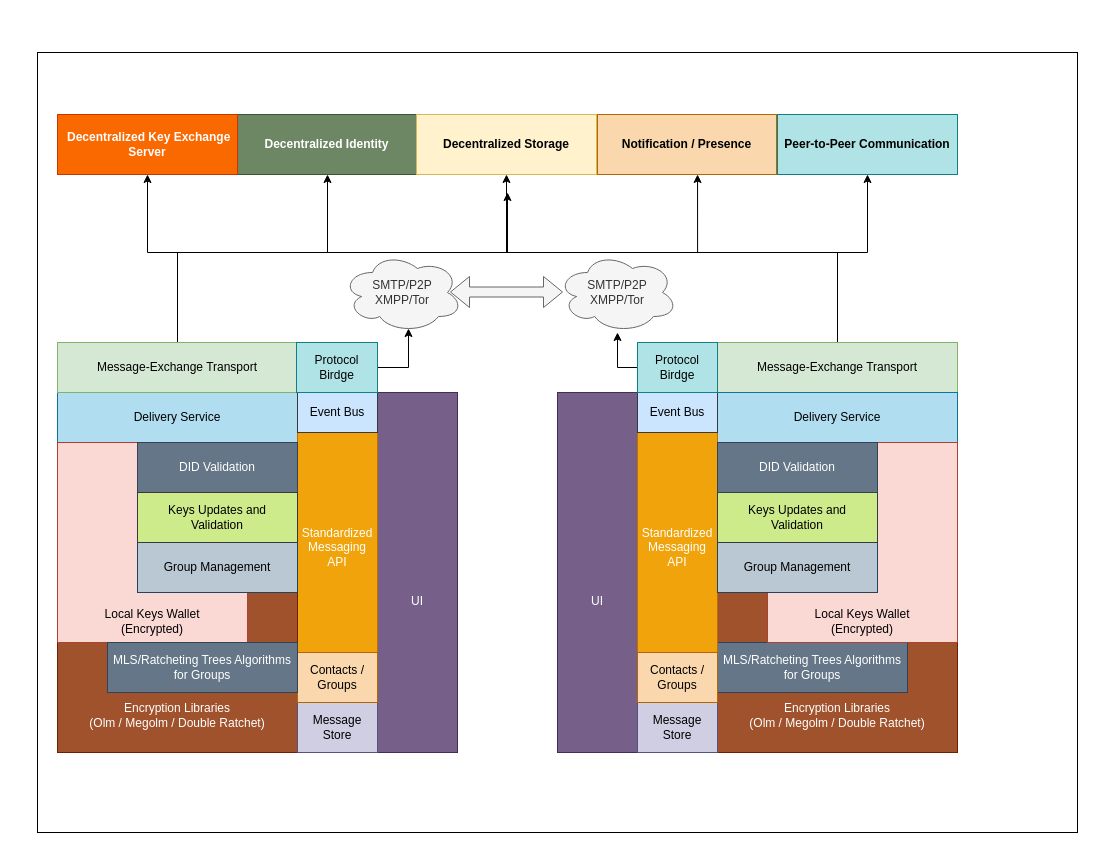
Above: page "layers" (4 of 4) of Messaging end-to-end.drawio in bhatti/Aeron (draw.io), before the change. Source tidied: cells renumbered, new cells numbered last; positions are measured from the earlier drawing's top-left corner, leaving out a move shared by most shapes. Both pictures are drawn from the tidied source at 100%, with x=0, y=0 at pixel (37, 52).
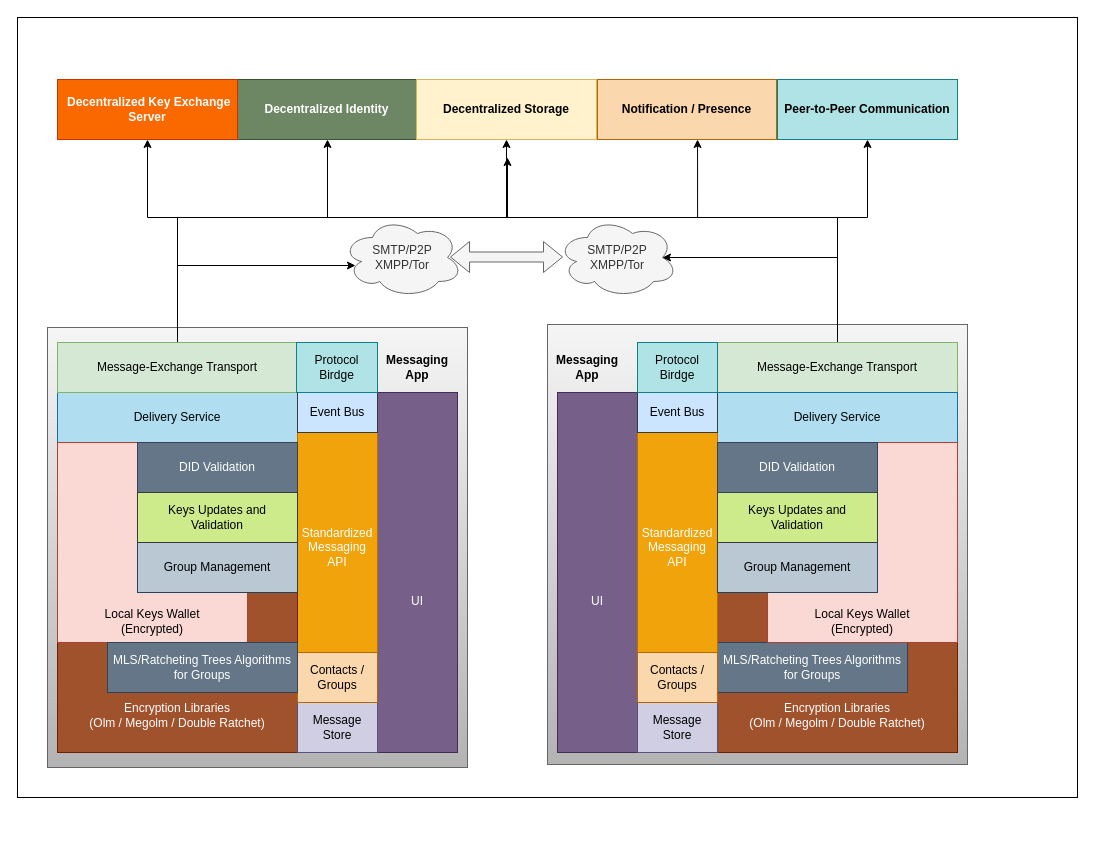
The same page after the edit.

The change refers to these unchanged cells:
```xml
<mxCell id="17" value="Message-Exchange Transport" style="rounded=0;whiteSpace=wrap;html=1;fillColor=#d5e8d4;strokeColor=#82b366;" parent="1" vertex="1">
  <mxGeometry x="680" y="290" width="240" height="50" as="geometry" />
</mxCell>
<mxCell id="23" value="Message-Exchange Transport" style="rounded=0;whiteSpace=wrap;html=1;fillColor=#d5e8d4;strokeColor=#82b366;" parent="1" vertex="1">
  <mxGeometry x="20" y="290" width="240" height="50" as="geometry" />
</mxCell>
```

Change to the diagram source:
```diff
@@
     <mxCell id="2" style="rounded=0;whiteSpace=wrap;html=1;" parent="1" vertex="1">
-      <mxGeometry width="1040" height="780" as="geometry" />
+      <mxGeometry x="-20" y="-35" width="1060" height="780" as="geometry" />
     </mxCell>
+    <mxCell id="49" style="rounded=0;whiteSpace=wrap;html=1;gradientColor=#b3b3b3;fillColor=#f5f5f5;strokeColor=#666666;" parent="1" vertex="1">
+      <mxGeometry x="510" y="272" width="420" height="440" as="geometry" />
+    </mxCell>
+    <mxCell id="50" style="rounded=0;whiteSpace=wrap;html=1;gradientColor=#b3b3b3;fillColor=#f5f5f5;strokeColor=#666666;" parent="1" vertex="1">
+      <mxGeometry x="10" y="275" width="420" height="440" as="geometry" />
+    </mxCell>
     <mxCell id="3" style="rounded=0;whiteSpace=wrap;html=1;" parent="1" vertex="1">
-      <mxGeometry x="680" y="290" width="240" height="410" as="geometry" />
+      <mxGeometry x="680" y="295" width="240" height="370" as="geometry" />
     </mxCell>
     <mxCell id="4" style="rounded=0;whiteSpace=wrap;html=1;" parent="1" vertex="1">
-      <mxGeometry x="20" y="290" width="240" height="410" as="geometry" />
+      <mxGeometry x="20" y="295" width="240" height="370" as="geometry" />
     </mxCell>
     <mxCell id="5" value="&lt;b&gt;Decentralized Identity&lt;/b&gt;" style="rounded=0;whiteSpace=wrap;html=1;fillColor=#6d8764;strokeColor=#3A5431;fontColor=#ffffff;" parent="1" vertex="1">
-      <mxGeometry x="200" y="62" width="179" height="60" as="geometry" />
+      <mxGeometry x="200" y="27" width="179" height="60" as="geometry" />
     </mxCell>
     <mxCell id="6" value="&lt;b&gt;Decentralized Storage&lt;br&gt;&lt;/b&gt;" style="rounded=0;whiteSpace=wrap;html=1;fillColor=#fff2cc;strokeColor=#d6b656;" parent="1" vertex="1">
-      <mxGeometry x="379" y="62" width="180" height="60" as="geometry" />
+      <mxGeometry x="379" y="27" width="180" height="60" as="geometry" />
     </mxCell>
     <mxCell id="7" value="&lt;b&gt;Peer-to-Peer Communication&lt;/b&gt;" style="rounded=0;whiteSpace=wrap;html=1;fillColor=#b0e3e6;strokeColor=#0e8088;" parent="1" vertex="1">
-      <mxGeometry x="740" y="62" width="180" height="60" as="geometry" />
+      <mxGeometry x="740" y="27" width="180" height="60" as="geometry" />
     </mxCell>
     <mxCell id="8" value="SMTP/P2P&lt;br&gt;XMPP/Tor" style="ellipse;shape=cloud;whiteSpace=wrap;html=1;fillColor=#f5f5f5;strokeColor=#666666;fontColor=#333333;" parent="1" vertex="1">
-      <mxGeometry x="305" y="200" width="120" height="80" as="geometry" />
+      <mxGeometry x="305" y="165" width="120" height="80" as="geometry" />
     </mxCell>
     <mxCell id="9" value="SMTP/P2P&lt;br&gt;XMPP/Tor" style="ellipse;shape=cloud;whiteSpace=wrap;html=1;fillColor=#f5f5f5;strokeColor=#666666;fontColor=#333333;" parent="1" vertex="1">
-      <mxGeometry x="520" y="200" width="120" height="80" as="geometry" />
+      <mxGeometry x="520" y="165" width="120" height="80" as="geometry" />
     </mxCell>
@@
-    <mxCell id="13" style="edgeStyle=orthogonalEdgeStyle;rounded=0;jettySize=auto;html=1;exitX=0;exitY=0.5;exitDx=0;exitDy=0;" parent="1" edge="1" source="17" target="9">
-      <mxGeometry relative="1" as="geometry" />
-    </mxCell>
     <mxCell id="14" style="edgeStyle=orthogonalEdgeStyle;rounded=0;jettySize=auto;html=1;entryX=0.559;entryY=1;entryDx=0;entryDy=0;entryPerimeter=0;" parent="1" edge="1" source="17" target="27">
       <mxGeometry relative="1" as="geometry">
         <Array as="points">
-          <mxPoint x="800" y="200" />
-          <mxPoint x="660" y="200" />
+          <mxPoint x="800" y="165" />
+          <mxPoint x="660" y="165" />
         </Array>
       </mxGeometry>
     </mxCell>
     <mxCell id="15" style="edgeStyle=orthogonalEdgeStyle;rounded=0;jettySize=auto;html=1;entryX=0.5;entryY=1;entryDx=0;entryDy=0;" parent="1" edge="1" source="17" target="7">
       <mxGeometry relative="1" as="geometry">
         <Array as="points">
-          <mxPoint x="800" y="200" />
-          <mxPoint x="830" y="200" />
+          <mxPoint x="800" y="165" />
+          <mxPoint x="830" y="165" />
         </Array>
       </mxGeometry>
     </mxCell>
     <mxCell id="16" style="edgeStyle=orthogonalEdgeStyle;rounded=0;jettySize=auto;html=1;endSize=6;" parent="1" edge="1" source="17" target="6">
       <mxGeometry relative="1" as="geometry">
         <Array as="points">
-          <mxPoint x="800" y="200" />
-          <mxPoint x="469" y="200" />
+          <mxPoint x="800" y="165" />
+          <mxPoint x="469" y="165" />
         </Array>
       </mxGeometry>
     </mxCell>
+    <mxCell id="13" style="edgeStyle=orthogonalEdgeStyle;rounded=0;jettySize=auto;html=1;entryX=0.875;entryY=0.5;entryDx=0;entryDy=0;entryPerimeter=0;endSize=6;" parent="1" edge="1" source="17" target="9">
+      <mxGeometry relative="1" as="geometry">
+        <Array as="points">
+          <mxPoint x="800" y="205" />
+        </Array>
+      </mxGeometry>
+    </mxCell>
@@
-    <mxCell id="19" style="edgeStyle=orthogonalEdgeStyle;rounded=0;jettySize=auto;html=1;entryX=0.55;entryY=0.95;entryDx=0;entryDy=0;entryPerimeter=0;exitX=1;exitY=0.5;exitDx=0;exitDy=0;" parent="1" edge="1" source="23" target="8">
-      <mxGeometry relative="1" as="geometry" />
-    </mxCell>
     <mxCell id="20" style="edgeStyle=orthogonalEdgeStyle;rounded=0;jettySize=auto;html=1;entryX=0.5;entryY=1;entryDx=0;entryDy=0;" parent="1" edge="1" source="23" target="26">
       <mxGeometry relative="1" as="geometry">
         <Array as="points">
-          <mxPoint x="140" y="200" />
-          <mxPoint x="110" y="200" />
+          <mxPoint x="140" y="165" />
+          <mxPoint x="110" y="165" />
         </Array>
       </mxGeometry>
     </mxCell>
     <mxCell id="21" style="edgeStyle=orthogonalEdgeStyle;rounded=0;jettySize=auto;html=1;" parent="1" edge="1" source="23" target="5">
       <mxGeometry relative="1" as="geometry">
         <Array as="points">
-          <mxPoint x="140" y="200" />
-          <mxPoint x="290" y="200" />
+          <mxPoint x="140" y="165" />
+          <mxPoint x="290" y="165" />
         </Array>
       </mxGeometry>
     </mxCell>
     <mxCell id="22" style="edgeStyle=orthogonalEdgeStyle;rounded=0;jettySize=auto;html=1;endSize=6;" parent="1" edge="1" source="23">
       <mxGeometry relative="1" as="geometry">
-        <mxPoint x="470" y="140" as="targetPoint" />
+        <mxPoint x="470" y="105" as="targetPoint" />
         <Array as="points">
-          <mxPoint x="140" y="200" />
-          <mxPoint x="470" y="200" />
+          <mxPoint x="140" y="165" />
+          <mxPoint x="470" y="165" />
         </Array>
       </mxGeometry>
     </mxCell>
+    <mxCell id="19" style="edgeStyle=orthogonalEdgeStyle;rounded=0;jettySize=auto;html=1;entryX=0.108;entryY=0.6;entryDx=0;entryDy=0;entryPerimeter=0;endSize=6;" parent="1" edge="1" source="23" target="8">
+      <mxGeometry relative="1" as="geometry">
+        <Array as="points">
+          <mxPoint x="140" y="213" />
+        </Array>
+      </mxGeometry>
+    </mxCell>
@@
     <mxCell id="26" value="&lt;b&gt;&amp;nbsp;Decentralized Key Exchange&lt;br&gt;Server&lt;/b&gt;" style="rounded=0;whiteSpace=wrap;html=1;fillColor=#fa6800;strokeColor=#C73500;fontColor=#ffffff;" parent="1" vertex="1">
-      <mxGeometry x="20" y="62" width="180" height="60" as="geometry" />
+      <mxGeometry x="20" y="27" width="180" height="60" as="geometry" />
     </mxCell>
     <mxCell id="27" value="&lt;b&gt;Notification / Presence&lt;/b&gt;" style="rounded=0;whiteSpace=wrap;html=1;fillColor=#fad7ac;strokeColor=#b46504;" parent="1" vertex="1">
-      <mxGeometry x="560" y="62" width="179" height="60" as="geometry" />
+      <mxGeometry x="560" y="27" width="179" height="60" as="geometry" />
     </mxCell>
@@
     <mxCell id="46" style="shape=flexArrow;endArrow=classic;startArrow=classic;html=1;endSize=6;fillColor=#f5f5f5;strokeColor=#666666;" parent="1" edge="1">
       <mxGeometry relative="1" as="geometry">
-        <mxPoint x="412.5" y="239.5" as="sourcePoint" />
-        <mxPoint x="525.5" y="239.5" as="targetPoint" />
+        <mxPoint x="412.5" y="204.5" as="sourcePoint" />
+        <mxPoint x="525.5" y="204.5" as="targetPoint" />
       </mxGeometry>
     </mxCell>
@@
+    <mxCell id="51" value="Messaging App" style="text;html=1;strokeColor=none;fillColor=none;align=center;verticalAlign=middle;whiteSpace=wrap;rounded=0;fontStyle=1;" parent="1" vertex="1">
+      <mxGeometry x="360" y="305" width="40" height="20" as="geometry" />
+    </mxCell>
+    <mxCell id="52" value="Messaging App" style="text;html=1;strokeColor=none;fillColor=none;align=center;verticalAlign=middle;whiteSpace=wrap;rounded=0;fontStyle=1;" parent="1" vertex="1">
+      <mxGeometry x="530" y="305" width="40" height="20" as="geometry" />
+    </mxCell>
```
